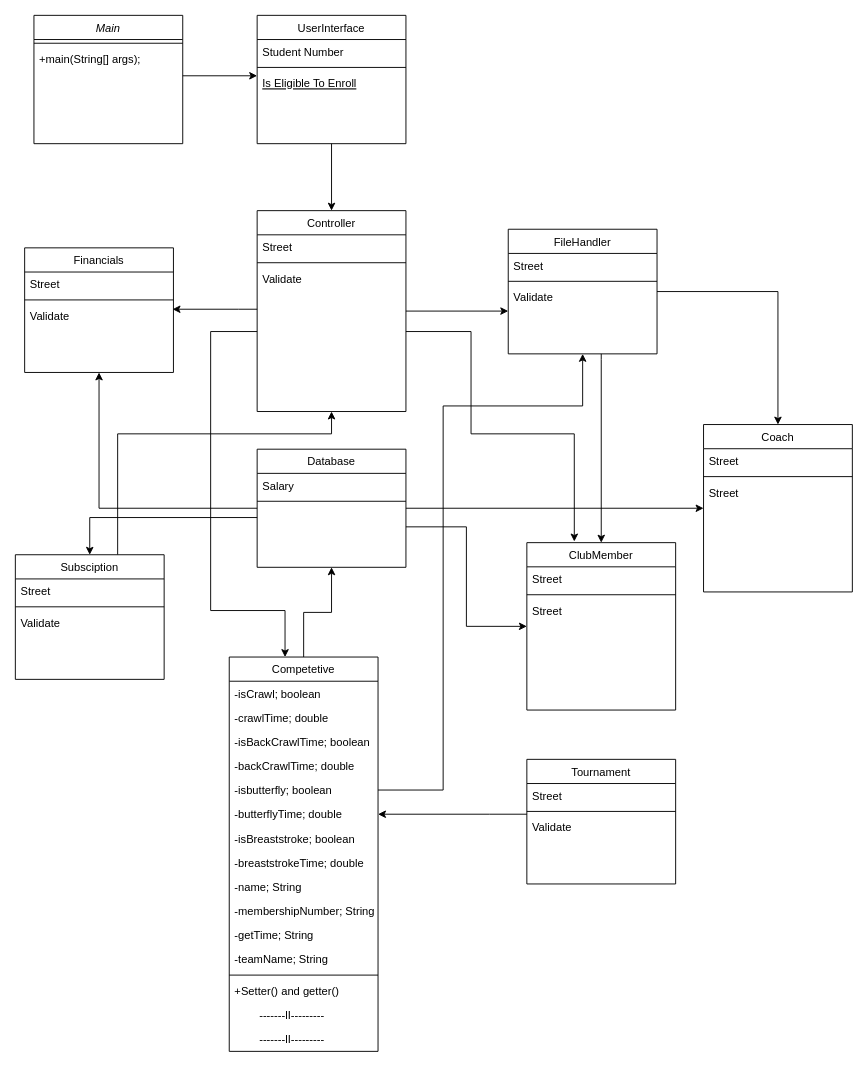
Before: VirksomhedsAnalyser/Delfine Klassediagram.drawio in Mathias-Thomsen/DelfinenProject, a draw.io diagram. Source tidied: cells renumbered, new cells numbered last; positions are measured from the earlier drawing's top-left corner, leaving out a move shared by most shapes. Both pictures are drawn from the tidied source at 93%, with x=0, y=0 at pixel (15, 15).
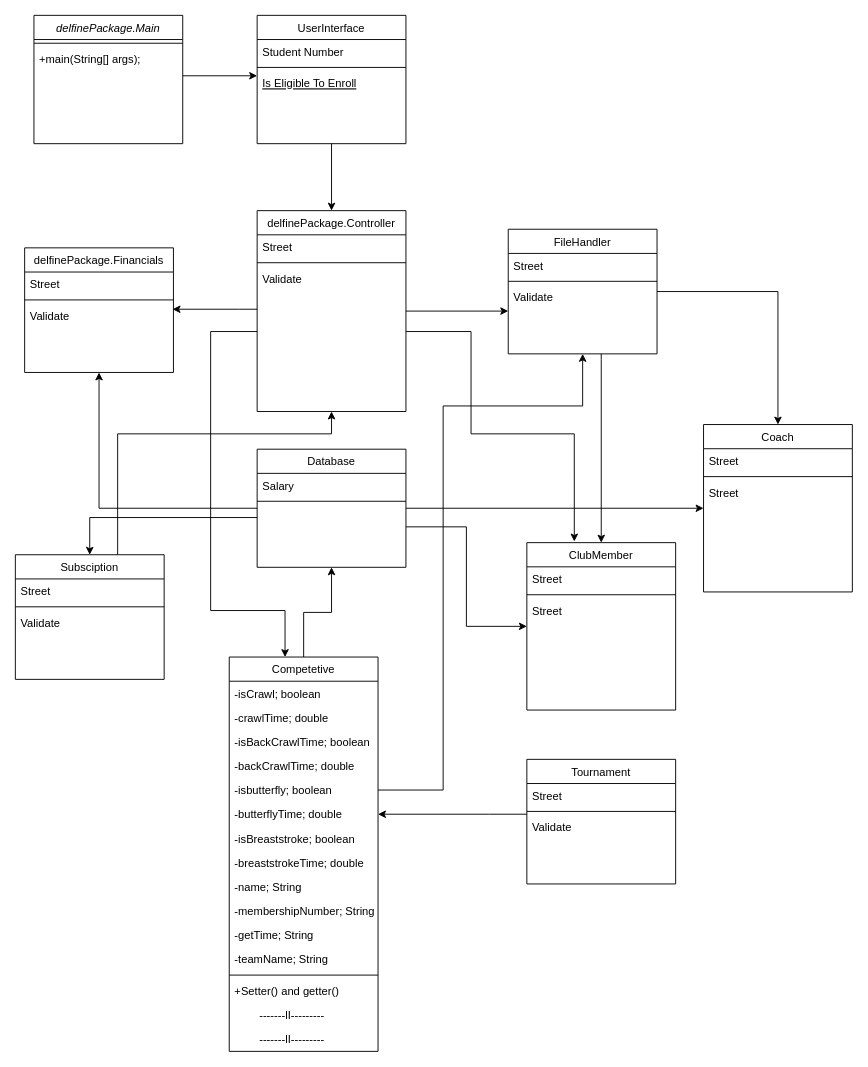
After the change.

The edit, as a diff of the source:
```diff
@@
-    <mxCell id="2" value="Main" style="swimlane;fontStyle=2;align=center;verticalAlign=top;horizontal=1;startSize=26;rounded=0;shadow=0;strokeWidth=1;" parent="1" vertex="1">
+    <mxCell id="2" value="delfinePackage.Main" style="swimlane;fontStyle=2;align=center;verticalAlign=top;horizontal=1;startSize=26;rounded=0;shadow=0;strokeWidth=1;" parent="1" vertex="1">
       <mxGeometry x="20" width="160" height="138" as="geometry" />
     </mxCell>
@@
-    <mxCell id="21" value="Controller" style="swimlane;fontStyle=0;align=center;verticalAlign=top;horizontal=1;startSize=26;rounded=0;shadow=0;strokeWidth=1;" parent="1" vertex="1">
+    <mxCell id="21" value="delfinePackage.Controller" style="swimlane;fontStyle=0;align=center;verticalAlign=top;horizontal=1;startSize=26;rounded=0;shadow=0;strokeWidth=1;" parent="1" vertex="1">
       <mxGeometry x="260" y="210" width="160" height="216" as="geometry" />
     </mxCell>
@@
-    <mxCell id="36" value="Financials" style="swimlane;fontStyle=0;align=center;verticalAlign=top;horizontal=1;startSize=26;rounded=0;shadow=0;strokeWidth=1;" parent="1" vertex="1">
+    <mxCell id="36" value="delfinePackage.Financials" style="swimlane;fontStyle=0;align=center;verticalAlign=top;horizontal=1;startSize=26;rounded=0;shadow=0;strokeWidth=1;" parent="1" vertex="1">
       <mxGeometry x="10" y="250" width="160" height="134" as="geometry" />
     </mxCell>
```
